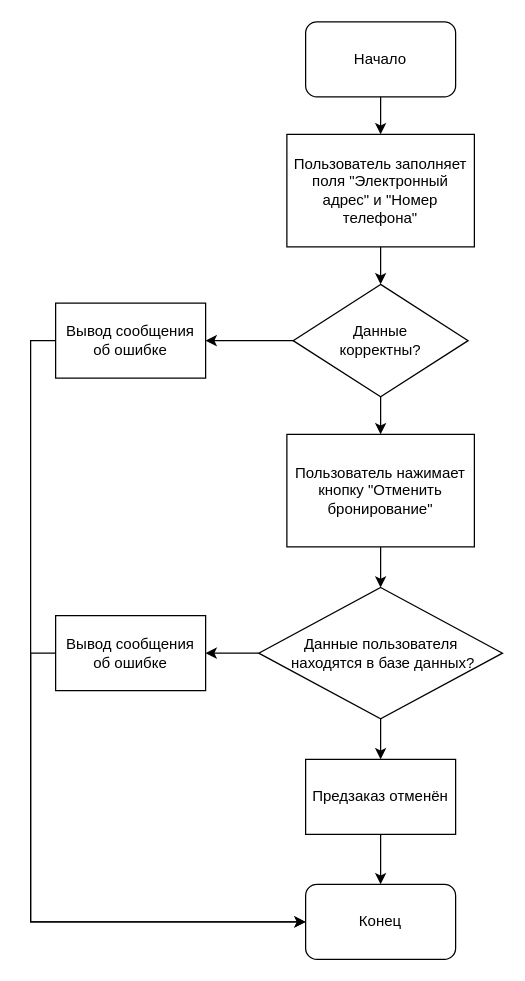
Before: Отменить бронирование.drawio in glebchuck/js_test, a draw.io diagram. Source tidied: cells renumbered, new cells numbered last; positions are measured from the earlier drawing's top-left corner, leaving out a move shared by most shapes. Both pictures are drawn from the tidied source at 125%, with x=0, y=0 at pixel (55, 21).
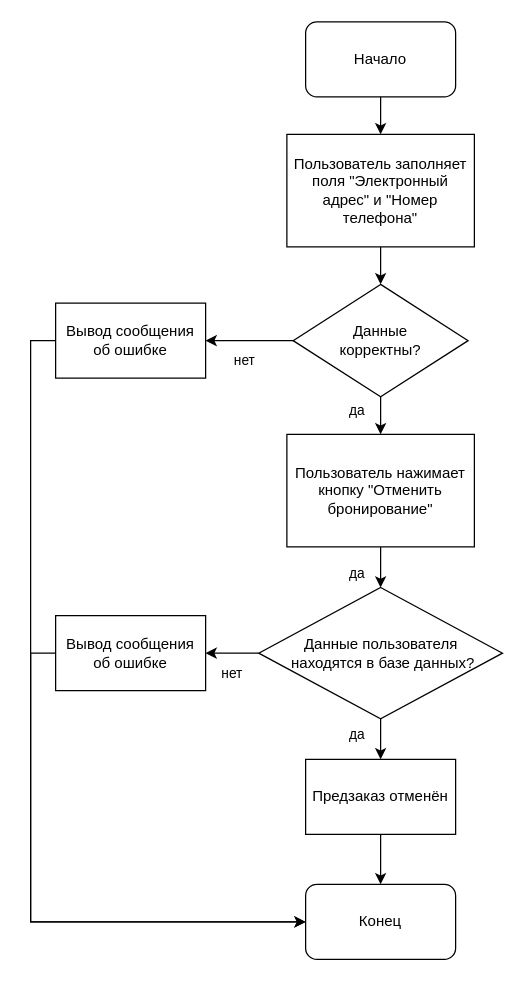
The same diagram, later.

Unchanged cells that the change refers to:
```xml
<mxCell id="6" style="edgeStyle=orthogonalEdgeStyle;rounded=0;jettySize=auto;html=1;" parent="1" edge="1" source="8" target="15">
  <mxGeometry relative="1" as="geometry" />
</mxCell>
<mxCell id="7" style="edgeStyle=orthogonalEdgeStyle;rounded=0;jettySize=auto;html=1;" parent="1" edge="1" source="8" target="13">
  <mxGeometry relative="1" as="geometry" />
</mxCell>
<mxCell id="9" style="edgeStyle=orthogonalEdgeStyle;rounded=0;jettySize=auto;html=1;" parent="1" edge="1" source="11" target="17">
  <mxGeometry relative="1" as="geometry" />
</mxCell>
<mxCell id="10" style="edgeStyle=orthogonalEdgeStyle;rounded=0;jettySize=auto;html=1;" parent="1" edge="1" source="11" target="19">
  <mxGeometry relative="1" as="geometry" />
</mxCell>
<mxCell id="14" style="edgeStyle=orthogonalEdgeStyle;rounded=0;jettySize=auto;html=1;" parent="1" edge="1" source="15" target="11">
  <mxGeometry relative="1" as="geometry" />
</mxCell>
```

Diff of the diagram source:
```diff
@@
+    <mxCell id="21" value="да&lt;br&gt;" style="edgeLabel;html=1;align=center;verticalAlign=middle;" parent="6" vertex="1">
+      <mxGeometry x="0.74" y="2" relative="1" as="geometry">
+        <mxPoint x="-22" y="-14" as="offset" />
+      </mxGeometry>
+    </mxCell>
@@
+    <mxCell id="22" value="нет" style="edgeLabel;html=1;align=center;verticalAlign=middle;" parent="7" vertex="1">
+      <mxGeometry x="0.82" relative="1" as="geometry">
+        <mxPoint x="24" y="15" as="offset" />
+      </mxGeometry>
+    </mxCell>
@@
+    <mxCell id="23" value="да" style="edgeLabel;html=1;align=center;verticalAlign=middle;" parent="9" vertex="1">
+      <mxGeometry x="0.7" relative="1" as="geometry">
+        <mxPoint x="-20" y="-13" as="offset" />
+      </mxGeometry>
+    </mxCell>
@@
+    <mxCell id="24" value="нет" style="edgeLabel;html=1;align=center;verticalAlign=middle;" parent="10" vertex="1">
+      <mxGeometry x="0.71" y="-1" relative="1" as="geometry">
+        <mxPoint x="14" y="16" as="offset" />
+      </mxGeometry>
+    </mxCell>
@@
+    <mxCell id="25" value="да" style="edgeLabel;html=1;align=center;verticalAlign=middle;" parent="14" vertex="1">
+      <mxGeometry x="0.75" y="1" relative="1" as="geometry">
+        <mxPoint x="-21" y="-7" as="offset" />
+      </mxGeometry>
+    </mxCell>
```
